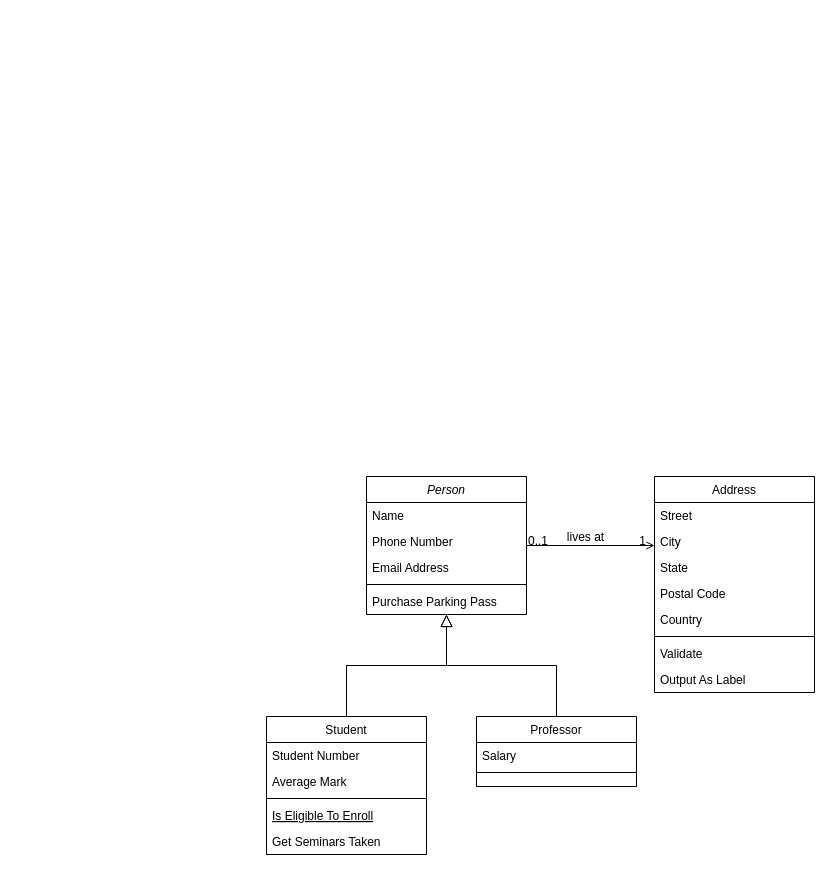
Above: 未命名绘图.drawio in zhouybZ/zhouyb001 (draw.io), before the change. Source tidied: cells renumbered, new cells numbered last; positions are measured from the earlier drawing's top-left corner, leaving out a move shared by most shapes. Both pictures are drawn from the tidied source at 100%, with x=0, y=0 at pixel (266, 476).
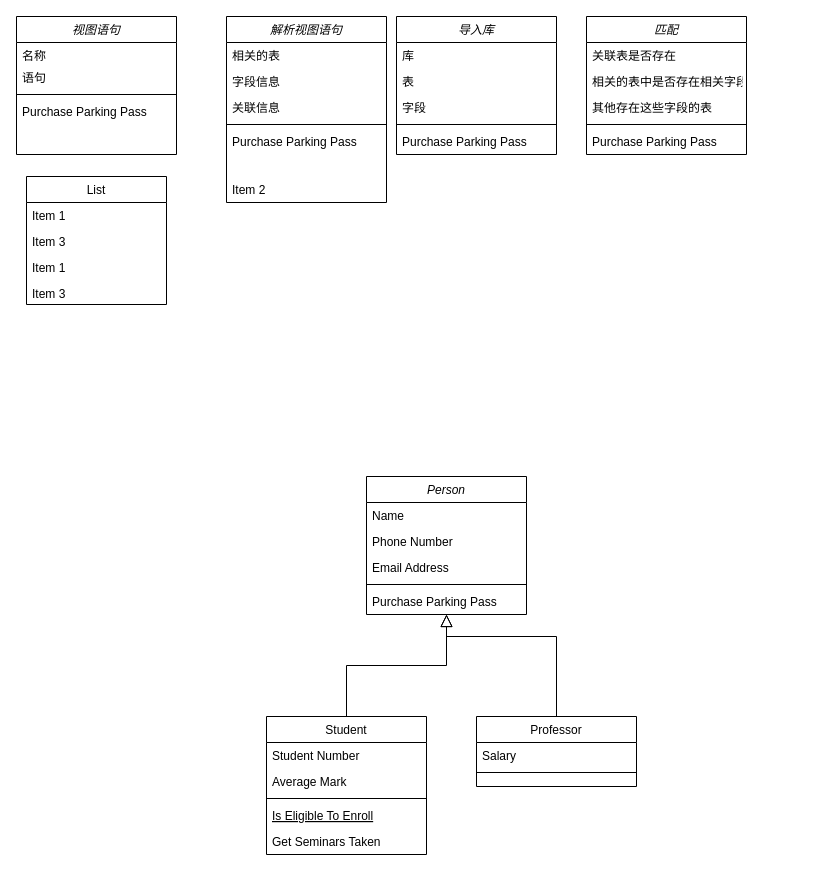
The same page after the edit.

Commit message:
更新未命名绘图.drawio

Unchanged cells that the change refers to:
```xml
<mxCell id="2" value="Person" style="swimlane;fontStyle=2;align=center;verticalAlign=top;horizontal=1;startSize=26;rounded=0;shadow=0;strokeWidth=1;" parent="1" vertex="1">
  <mxGeometry x="100" width="160" height="138" as="geometry" />
</mxCell>
<mxCell id="15" value="Professor" style="swimlane;fontStyle=0;align=center;verticalAlign=top;horizontal=1;startSize=26;rounded=0;shadow=0;strokeWidth=1;" parent="1" vertex="1">
  <mxGeometry x="210" y="240" width="160" height="70" as="geometry" />
</mxCell>
```

The edit, as a diff of the source:
```diff
@@
     <mxCell id="18" style="endArrow=block;endSize=10;endFill=0;shadow=0;strokeWidth=1;rounded=0;edgeStyle=elbowEdgeStyle;elbow=vertical;" parent="1" edge="1" source="15" target="2">
-      <mxGeometry relative="1" as="geometry" />
+      <mxGeometry relative="1" as="geometry">
+        <Array as="points">
+          <mxPoint x="180" y="160" />
+        </Array>
+      </mxGeometry>
     </mxCell>
-    <mxCell id="19" value="Address" style="swimlane;fontStyle=0;align=center;verticalAlign=top;horizontal=1;startSize=26;rounded=0;shadow=0;strokeWidth=1;" parent="1" vertex="1">
-      <mxGeometry x="388" width="160" height="216" as="geometry" />
-    </mxCell>
-    <mxCell id="20" value="Street" style="text;align=left;verticalAlign=top;spacingLeft=4;spacingRight=4;overflow=hidden;" parent="19" vertex="1">
-      <mxGeometry y="26" width="160" height="26" as="geometry" />
-    </mxCell>
-    <mxCell id="21" value="City" style="text;align=left;verticalAlign=top;spacingLeft=4;spacingRight=4;overflow=hidden;rounded=0;shadow=0;html=0;" parent="19" vertex="1">
-      <mxGeometry y="52" width="160" height="26" as="geometry" />
-    </mxCell>
-    <mxCell id="22" value="State" style="text;align=left;verticalAlign=top;spacingLeft=4;spacingRight=4;overflow=hidden;rounded=0;shadow=0;html=0;" parent="19" vertex="1">
-      <mxGeometry y="78" width="160" height="26" as="geometry" />
-    </mxCell>
-    <mxCell id="23" value="Postal Code" style="text;align=left;verticalAlign=top;spacingLeft=4;spacingRight=4;overflow=hidden;rounded=0;shadow=0;html=0;" parent="19" vertex="1">
-      <mxGeometry y="104" width="160" height="26" as="geometry" />
-    </mxCell>
-    <mxCell id="24" value="Country" style="text;align=left;verticalAlign=top;spacingLeft=4;spacingRight=4;overflow=hidden;rounded=0;shadow=0;html=0;" parent="19" vertex="1">
-      <mxGeometry y="130" width="160" height="26" as="geometry" />
-    </mxCell>
-    <mxCell id="25" style="line;html=1;strokeWidth=1;align=left;verticalAlign=middle;spacingTop=-1;spacingLeft=3;spacingRight=3;labelPosition=right;" parent="19" vertex="1">
-      <mxGeometry y="156" width="160" height="8" as="geometry" />
-    </mxCell>
-    <mxCell id="26" value="Validate" style="text;align=left;verticalAlign=top;spacingLeft=4;spacingRight=4;overflow=hidden;" parent="19" vertex="1">
-      <mxGeometry y="164" width="160" height="26" as="geometry" />
-    </mxCell>
-    <mxCell id="27" value="Output As Label" style="text;align=left;verticalAlign=top;spacingLeft=4;spacingRight=4;overflow=hidden;" parent="19" vertex="1">
-      <mxGeometry y="190" width="160" height="26" as="geometry" />
-    </mxCell>
-    <mxCell id="28" style="endArrow=open;shadow=0;strokeWidth=1;rounded=0;endFill=1;edgeStyle=elbowEdgeStyle;elbow=vertical;" parent="1" edge="1" source="2" target="19">
-      <mxGeometry x="0.5" y="41" relative="1" as="geometry">
-        <mxPoint x="-40" y="32" as="offset" />
-      </mxGeometry>
-    </mxCell>
-    <mxCell id="29" value="0..1" style="align=left;verticalAlign=bottom;labelBackgroundColor=none;fontSize=12;" parent="28" vertex="1">
-      <mxGeometry x="-1" relative="1" as="geometry">
-        <mxPoint y="4" as="offset" />
-      </mxGeometry>
-    </mxCell>
-    <mxCell id="30" value="1" style="align=right;verticalAlign=bottom;labelBackgroundColor=none;fontSize=12;" parent="28" vertex="1">
-      <mxGeometry x="1" relative="1" as="geometry">
-        <mxPoint x="-7" y="4" as="offset" />
-      </mxGeometry>
-    </mxCell>
-    <mxCell id="31" value="lives at" style="text;html=1;align=center;verticalAlign=middle;labelBackgroundColor=none;rounded=0;shadow=0;strokeWidth=1;fontSize=12;" parent="28" vertex="1">
-      <mxGeometry x="0.5" y="49" relative="1" as="geometry">
-        <mxPoint x="-38" y="40" as="offset" />
-      </mxGeometry>
-    </mxCell>
+    <mxCell id="32" value="解析视图语句" style="swimlane;fontStyle=2;align=center;verticalAlign=top;horizontal=1;startSize=26;rounded=0;shadow=0;strokeWidth=1;" parent="1" vertex="1">
+      <mxGeometry x="-40" y="-460" width="160" height="186" as="geometry" />
+    </mxCell>
+    <mxCell id="33" value="相关的表 " style="text;align=left;verticalAlign=top;spacingLeft=4;spacingRight=4;overflow=hidden;" parent="32" vertex="1">
+      <mxGeometry y="26" width="160" height="26" as="geometry" />
+    </mxCell>
+    <mxCell id="34" value="字段信息" style="text;align=left;verticalAlign=top;spacingLeft=4;spacingRight=4;overflow=hidden;rounded=0;shadow=0;html=0;" parent="32" vertex="1">
+      <mxGeometry y="52" width="160" height="26" as="geometry" />
+    </mxCell>
+    <mxCell id="35" value="关联信息" style="text;align=left;verticalAlign=top;spacingLeft=4;spacingRight=4;overflow=hidden;rounded=0;shadow=0;html=0;" parent="32" vertex="1">
+      <mxGeometry y="78" width="160" height="26" as="geometry" />
+    </mxCell>
+    <mxCell id="36" style="line;html=1;strokeWidth=1;align=left;verticalAlign=middle;spacingTop=-1;spacingLeft=3;spacingRight=3;labelPosition=right;" parent="32" vertex="1">
+      <mxGeometry y="104" width="160" height="8" as="geometry" />
+    </mxCell>
+    <mxCell id="37" value="Purchase Parking Pass" style="text;align=left;verticalAlign=top;spacingLeft=4;spacingRight=4;overflow=hidden;" parent="32" vertex="1">
+      <mxGeometry y="112" width="160" height="48" as="geometry" />
+    </mxCell>
+    <mxCell id="38" value="Item 2" style="text;strokeColor=none;fillColor=none;align=left;verticalAlign=top;spacingLeft=4;spacingRight=4;overflow=hidden;" parent="32" vertex="1">
+      <mxGeometry y="160" width="160" height="26" as="geometry" />
+    </mxCell>
+    <mxCell id="39" value="导入库" style="swimlane;fontStyle=2;align=center;verticalAlign=top;horizontal=1;startSize=26;rounded=0;shadow=0;strokeWidth=1;" parent="1" vertex="1">
+      <mxGeometry x="130" y="-460" width="160" height="138" as="geometry" />
+    </mxCell>
+    <mxCell id="40" value="库" style="text;align=left;verticalAlign=top;spacingLeft=4;spacingRight=4;overflow=hidden;" parent="39" vertex="1">
+      <mxGeometry y="26" width="160" height="26" as="geometry" />
+    </mxCell>
+    <mxCell id="41" value="表" style="text;align=left;verticalAlign=top;spacingLeft=4;spacingRight=4;overflow=hidden;rounded=0;shadow=0;html=0;" parent="39" vertex="1">
+      <mxGeometry y="52" width="160" height="26" as="geometry" />
+    </mxCell>
+    <mxCell id="42" value="字段" style="text;align=left;verticalAlign=top;spacingLeft=4;spacingRight=4;overflow=hidden;rounded=0;shadow=0;html=0;" parent="39" vertex="1">
+      <mxGeometry y="78" width="160" height="26" as="geometry" />
+    </mxCell>
+    <mxCell id="43" style="line;html=1;strokeWidth=1;align=left;verticalAlign=middle;spacingTop=-1;spacingLeft=3;spacingRight=3;labelPosition=right;" parent="39" vertex="1">
+      <mxGeometry y="104" width="160" height="8" as="geometry" />
+    </mxCell>
+    <mxCell id="44" value="Purchase Parking Pass" style="text;align=left;verticalAlign=top;spacingLeft=4;spacingRight=4;overflow=hidden;" parent="39" vertex="1">
+      <mxGeometry y="112" width="160" height="26" as="geometry" />
+    </mxCell>
+    <mxCell id="45" value="匹配" style="swimlane;fontStyle=2;align=center;verticalAlign=top;horizontal=1;startSize=26;rounded=0;shadow=0;strokeWidth=1;" parent="1" vertex="1">
+      <mxGeometry x="320" y="-460" width="160" height="138" as="geometry" />
+    </mxCell>
+    <mxCell id="46" value="关联表是否存在" style="text;align=left;verticalAlign=top;spacingLeft=4;spacingRight=4;overflow=hidden;" parent="45" vertex="1">
+      <mxGeometry y="26" width="160" height="26" as="geometry" />
+    </mxCell>
+    <mxCell id="47" value="相关的表中是否存在相关字段" style="text;align=left;verticalAlign=top;spacingLeft=4;spacingRight=4;overflow=hidden;rounded=0;shadow=0;html=0;" parent="45" vertex="1">
+      <mxGeometry y="52" width="160" height="26" as="geometry" />
+    </mxCell>
+    <mxCell id="48" value="其他存在这些字段的表" style="text;align=left;verticalAlign=top;spacingLeft=4;spacingRight=4;overflow=hidden;rounded=0;shadow=0;html=0;" parent="45" vertex="1">
+      <mxGeometry y="78" width="160" height="26" as="geometry" />
+    </mxCell>
+    <mxCell id="49" style="line;html=1;strokeWidth=1;align=left;verticalAlign=middle;spacingTop=-1;spacingLeft=3;spacingRight=3;labelPosition=right;" parent="45" vertex="1">
+      <mxGeometry y="104" width="160" height="8" as="geometry" />
+    </mxCell>
+    <mxCell id="50" value="Purchase Parking Pass" style="text;align=left;verticalAlign=top;spacingLeft=4;spacingRight=4;overflow=hidden;" parent="45" vertex="1">
+      <mxGeometry y="112" width="160" height="26" as="geometry" />
+    </mxCell>
+    <mxCell id="51" value="视图语句" style="swimlane;fontStyle=2;align=center;verticalAlign=top;horizontal=1;startSize=26;rounded=0;shadow=0;strokeWidth=1;" parent="1" vertex="1">
+      <mxGeometry x="-250" y="-460" width="160" height="138" as="geometry" />
+    </mxCell>
+    <mxCell id="52" value="名称" style="text;align=left;verticalAlign=top;spacingLeft=4;spacingRight=4;overflow=hidden;" parent="51" vertex="1">
+      <mxGeometry y="26" width="160" height="22" as="geometry" />
+    </mxCell>
+    <mxCell id="53" value="语句" style="text;align=left;verticalAlign=top;spacingLeft=4;spacingRight=4;overflow=hidden;rounded=0;shadow=0;html=0;" parent="51" vertex="1">
+      <mxGeometry y="48" width="160" height="26" as="geometry" />
+    </mxCell>
+    <mxCell id="54" style="line;html=1;strokeWidth=1;align=left;verticalAlign=middle;spacingTop=-1;spacingLeft=3;spacingRight=3;labelPosition=right;" parent="51" vertex="1">
+      <mxGeometry y="74" width="160" height="8" as="geometry" />
+    </mxCell>
+    <mxCell id="55" value="Purchase Parking Pass" style="text;align=left;verticalAlign=top;spacingLeft=4;spacingRight=4;overflow=hidden;" parent="51" vertex="1">
+      <mxGeometry y="82" width="160" height="26" as="geometry" />
+    </mxCell>
+    <mxCell id="56" value="List" style="swimlane;fontStyle=0;horizontal=1;startSize=26;fillColor=none;" parent="1" vertex="1">
+      <mxGeometry x="-240" y="-300" width="140" height="128" as="geometry" />
+    </mxCell>
+    <mxCell id="57" value="Item 1" style="text;strokeColor=none;fillColor=none;align=left;verticalAlign=top;spacingLeft=4;spacingRight=4;overflow=hidden;" parent="56" vertex="1">
+      <mxGeometry y="26" width="140" height="26" as="geometry" />
+    </mxCell>
+    <mxCell id="58" value="Item 3" style="text;strokeColor=none;fillColor=none;align=left;verticalAlign=top;spacingLeft=4;spacingRight=4;overflow=hidden;" parent="56" vertex="1">
+      <mxGeometry y="52" width="140" height="26" as="geometry" />
+    </mxCell>
+    <mxCell id="59" value="Item 1" style="text;strokeColor=none;fillColor=none;align=left;verticalAlign=top;spacingLeft=4;spacingRight=4;overflow=hidden;" parent="56" vertex="1">
+      <mxGeometry y="78" width="140" height="26" as="geometry" />
+    </mxCell>
+    <mxCell id="60" value="Item 3" style="text;strokeColor=none;fillColor=none;align=left;verticalAlign=top;spacingLeft=4;spacingRight=4;overflow=hidden;" parent="56" vertex="1">
+      <mxGeometry y="104" width="140" height="24" as="geometry" />
+    </mxCell>
```
